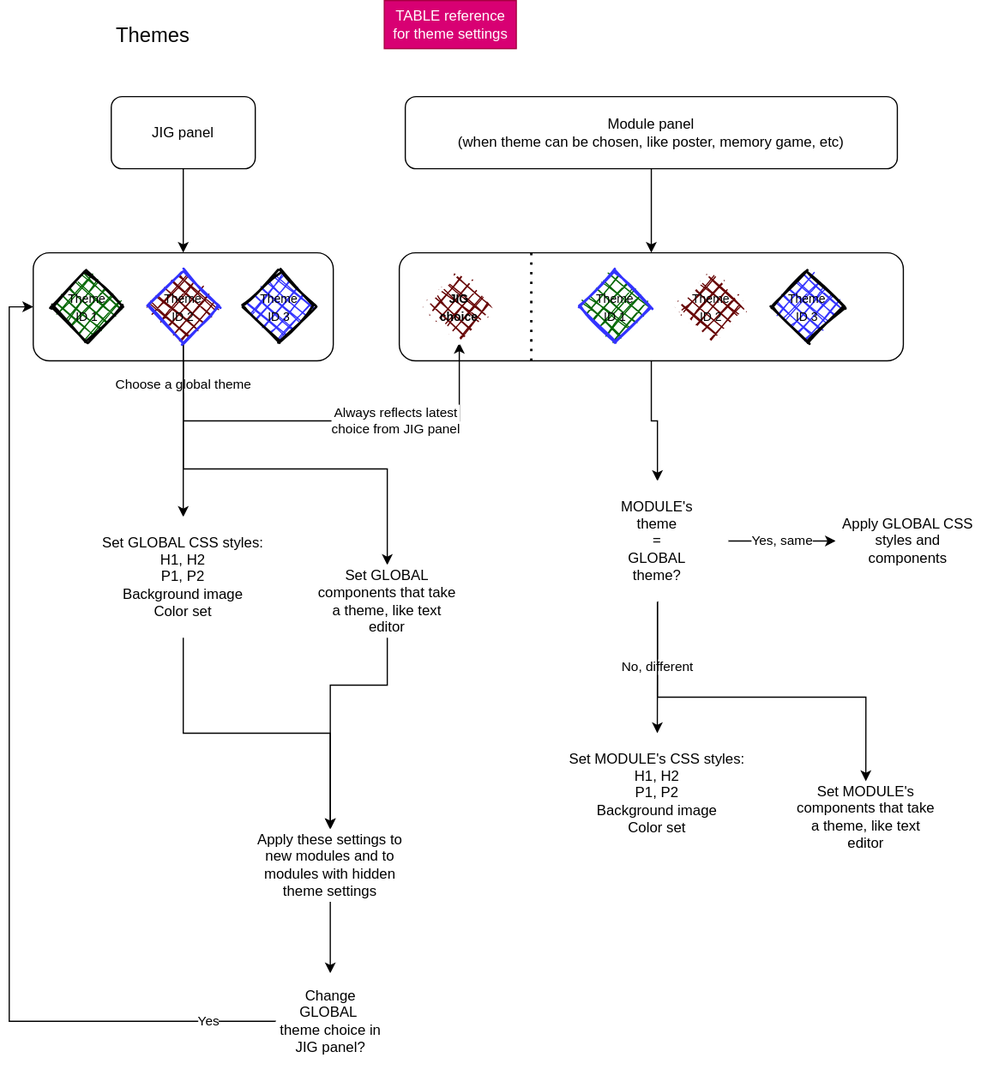
ji-devs/ji-cloud-flowcharts keeps this draw.io diagram as jig/themes.drawio.svg. Above is the earlier version. Source tidied: cells renumbered, new cells last; positions are measured from the earlier drawing's top-left corner, leaving out a move shared by most shapes.
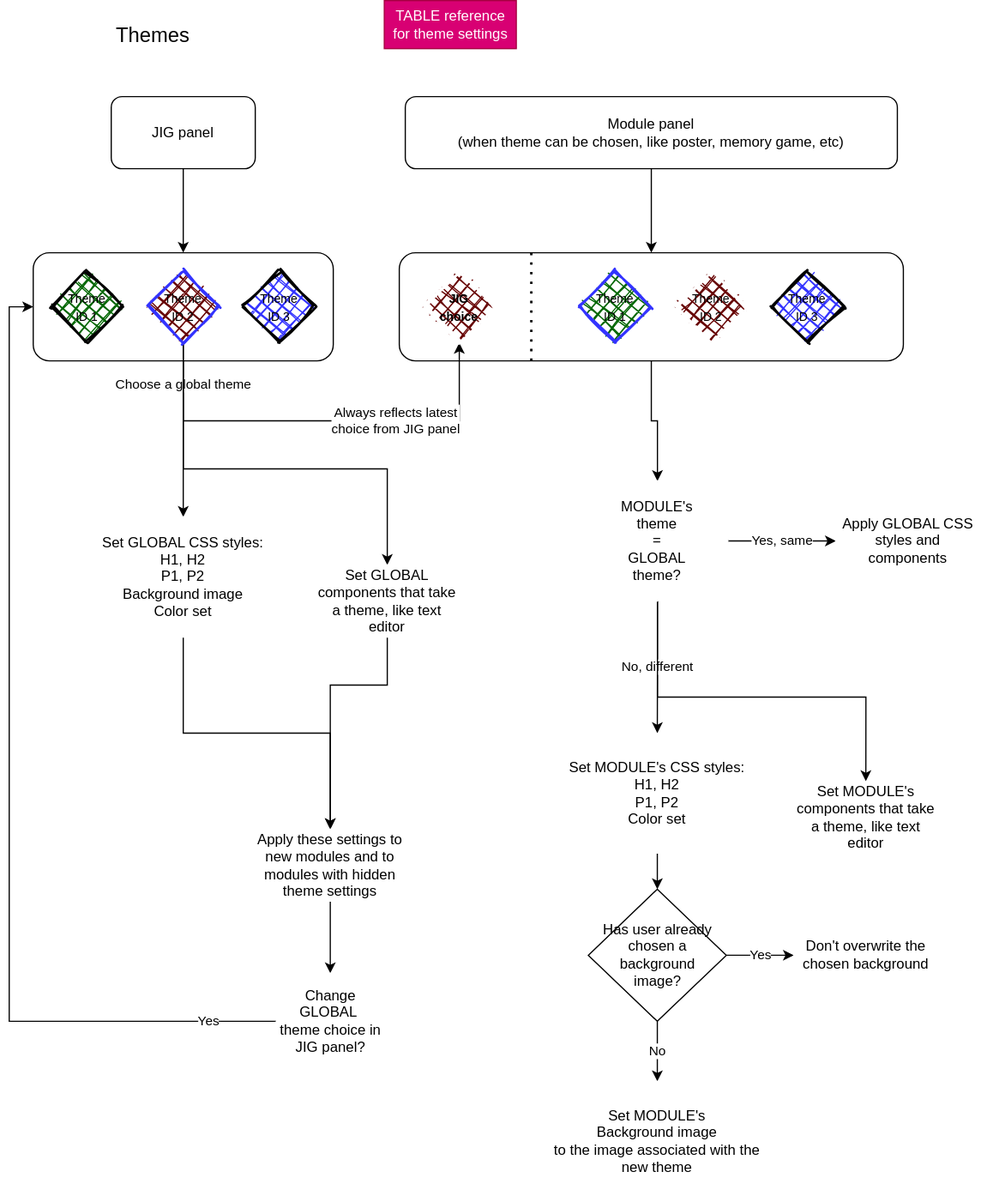
After the commit.

Commit message:
updated the background image description on choosing a new theme

Diff of the diagram source:
```diff
@@ -81,7 +81,10 @@
         </Array>
       </mxGeometry>
     </mxCell>
+    <mxCell id="37" style="edgeStyle=orthogonalEdgeStyle;rounded=0;jettySize=auto;html=1;" parent="1" edge="1" source="23" target="40">
+      <mxGeometry relative="1" as="geometry" />
+    </mxCell>
-    <mxCell id="23" value="Set MODULE's CSS styles:&amp;nbsp;&lt;br&gt;H1,&amp;nbsp;H2&lt;br&gt;P1,&amp;nbsp;P2&lt;br&gt;Background image&lt;br&gt;Color set" style="rounded=1;whiteSpace=wrap;html=1;fillColor=none;strokeColor=#FFFFFF;" parent="1" vertex="1">
+    <mxCell id="23" value="Set MODULE's CSS styles:&amp;nbsp;&lt;br&gt;H1,&amp;nbsp;H2&lt;br&gt;P1,&amp;nbsp;P2&lt;br&gt;Color set" style="rounded=1;whiteSpace=wrap;html=1;fillColor=none;strokeColor=#FFFFFF;" parent="1" vertex="1">
       <mxGeometry x="445" y="610" width="190" height="100" as="geometry" />
     </mxCell>
     <mxCell id="24" style="edgeStyle=orthogonalEdgeStyle;rounded=0;jettySize=auto;html=1;entryX=0.5;entryY=0;entryDx=0;entryDy=0;" parent="1" edge="1" source="25" target="28">
@@ -138,5 +141,20 @@
     <mxCell id="36" value="TABLE reference for theme settings" style="text;html=1;strokeColor=#A50040;fillColor=#d80073;align=center;verticalAlign=middle;whiteSpace=wrap;rounded=0;fontColor=#ffffff;" parent="1" vertex="1">
       <mxGeometry x="312.5" width="110" height="40" as="geometry" />
     </mxCell>
+    <mxCell id="38" value="No" style="edgeStyle=orthogonalEdgeStyle;rounded=0;jettySize=auto;html=1;entryX=0.5;entryY=0;entryDx=0;entryDy=0;" parent="1" edge="1" source="40" target="41">
+      <mxGeometry relative="1" as="geometry" />
+    </mxCell>
+    <mxCell id="39" value="Yes" style="edgeStyle=orthogonalEdgeStyle;rounded=0;jettySize=auto;html=1;entryX=0;entryY=0.5;entryDx=0;entryDy=0;" parent="1" edge="1" source="40" target="42">
+      <mxGeometry relative="1" as="geometry" />
+    </mxCell>
+    <mxCell id="40" value="Has user already chosen a background &lt;br&gt;image?" style="rhombus;whiteSpace=wrap;html=1;" parent="1" vertex="1">
+      <mxGeometry x="482.5" y="740" width="115" height="110" as="geometry" />
+    </mxCell>
+    <mxCell id="41" value="Set MODULE's&amp;nbsp;&lt;br&gt;Background image&lt;br&gt;to the image associated with the new theme" style="rounded=1;whiteSpace=wrap;html=1;fillColor=none;strokeColor=#FFFFFF;" parent="1" vertex="1">
+      <mxGeometry x="445" y="900" width="190" height="100" as="geometry" />
+    </mxCell>
+    <mxCell id="42" value="Don't overwrite the chosen background" style="rounded=1;whiteSpace=wrap;html=1;fillColor=none;strokeColor=#FFFFFF;" parent="1" vertex="1">
+      <mxGeometry x="653.8" y="757.5" width="120" height="75" as="geometry" />
+    </mxCell>
   </root>
 </mxGraphModel>
```
